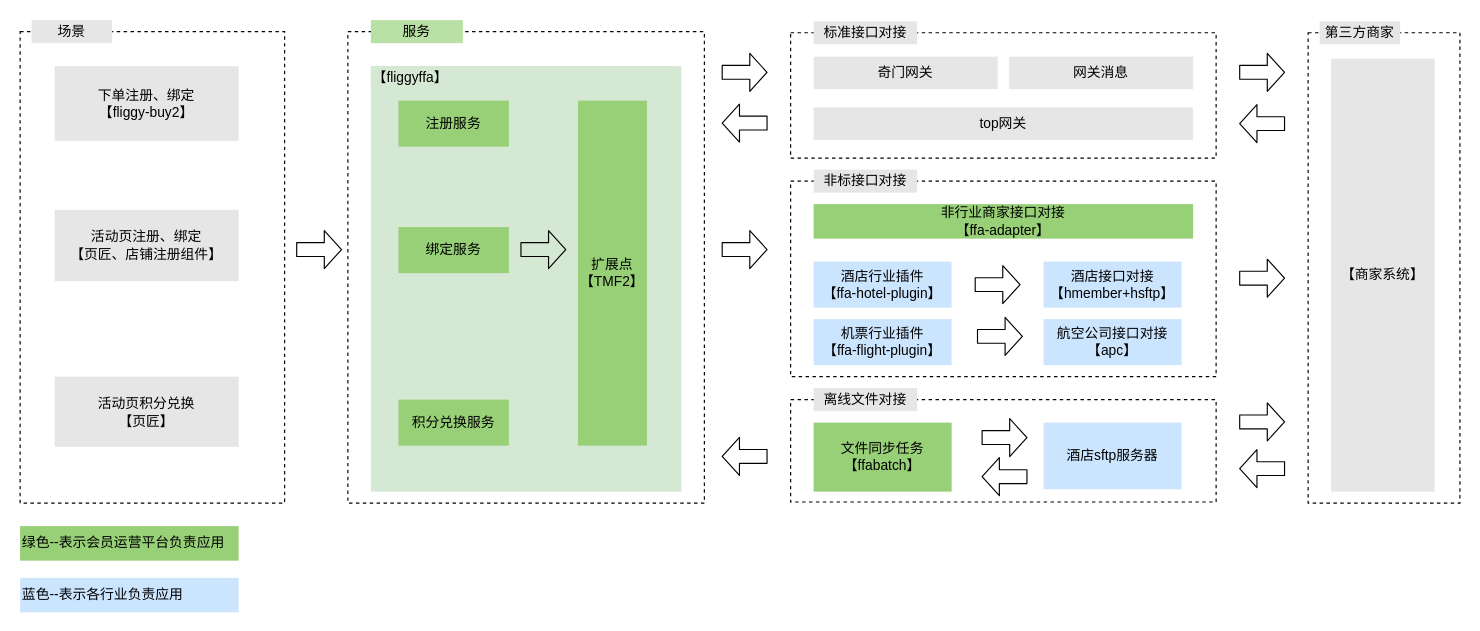
Before: page "会员互通系统" (11 of 11) of 会员成长平台.drawio in renqiuming/drawio, a draw.io diagram. Source tidied: cells renumbered, new cells numbered last; positions are measured from the earlier drawing's top-left corner, leaving out a move shared by most shapes. Both pictures are drawn from the tidied source at 115%, with x=0, y=0 at pixel (20, 20).
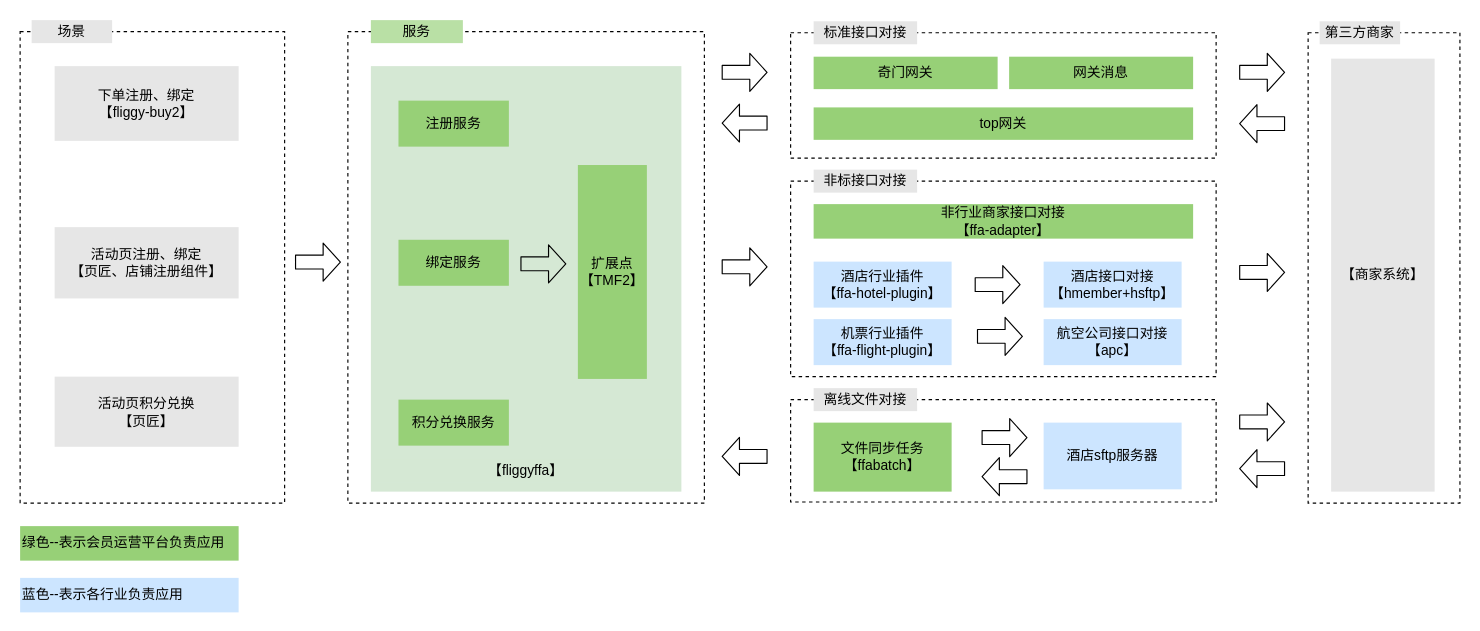
Above is the later version.

Commit message:
更新会员成长平台.drawio

What changed in the source:
```diff
@@
     <mxCell id="4" value="活动页注册、绑定&lt;br&gt;【页匠、店铺注册组件】" style="rounded=0;whiteSpace=wrap;html=1;fillColor=#E6E6E6;strokeColor=none;" parent="1" vertex="1">
-      <mxGeometry x="30" y="165" width="160" height="62" as="geometry" />
+      <mxGeometry x="30" y="180" width="160" height="62" as="geometry" />
     </mxCell>
@@
     <mxCell id="7" style="shape=flexArrow;endArrow=classic;html=1;width=12;endSize=4.67;" parent="1" edge="1">
       <mxGeometry relative="1" as="geometry">
-        <mxPoint x="240" y="199.5" as="sourcePoint" />
-        <mxPoint x="280" y="199.5" as="targetPoint" />
+        <mxPoint x="239" y="210.4" as="sourcePoint" />
+        <mxPoint x="279" y="210.4" as="targetPoint" />
       </mxGeometry>
     </mxCell>
@@
-    <mxCell id="10" value="【fliggyffa】" style="rounded=0;whiteSpace=wrap;html=1;fillColor=#D5E8D4;strokeColor=none;align=left;" parent="1" vertex="1">
-      <mxGeometry x="305" y="40" width="260" height="20" as="geometry" />
+    <mxCell id="10" value="【fliggyffa】" style="rounded=0;whiteSpace=wrap;html=1;fillColor=#D5E8D4;strokeColor=none;align=center;" parent="1" vertex="1">
+      <mxGeometry x="309" y="382" width="262" height="20" as="geometry" />
     </mxCell>
@@
     <mxCell id="12" value="绑定服务" style="rounded=0;whiteSpace=wrap;html=1;fillColor=#97D077;strokeColor=none;" parent="1" vertex="1">
-      <mxGeometry x="329" y="180" width="96" height="40" as="geometry" />
+      <mxGeometry x="329" y="191" width="96" height="40" as="geometry" />
     </mxCell>
@@
     <mxCell id="14" value="扩展点&lt;br&gt;【TMF2】" style="rounded=0;whiteSpace=wrap;html=1;fillColor=#97D077;strokeColor=none;" parent="1" vertex="1">
-      <mxGeometry x="485" y="70" width="60" height="300" as="geometry" />
+      <mxGeometry x="485" y="126" width="60" height="186" as="geometry" />
     </mxCell>
@@
     <mxCell id="16" style="shape=flexArrow;endArrow=classic;html=1;width=12;endSize=4.67;" parent="1" edge="1">
       <mxGeometry relative="1" as="geometry">
-        <mxPoint x="435" y="199.5" as="sourcePoint" />
-        <mxPoint x="475" y="199.5" as="targetPoint" />
+        <mxPoint x="435" y="211.9" as="sourcePoint" />
+        <mxPoint x="475" y="211.9" as="targetPoint" />
       </mxGeometry>
     </mxCell>
@@
     <mxCell id="20" style="shape=flexArrow;endArrow=classic;html=1;width=12;endSize=4.67;" parent="1" edge="1">
       <mxGeometry relative="1" as="geometry">
-        <mxPoint x="610" y="199.5" as="sourcePoint" />
-        <mxPoint x="650" y="199.5" as="targetPoint" />
+        <mxPoint x="610" y="214.5" as="sourcePoint" />
+        <mxPoint x="650" y="214.5" as="targetPoint" />
       </mxGeometry>
     </mxCell>
@@
-    <mxCell id="28" value="奇门网关" style="rounded=0;whiteSpace=wrap;html=1;fillColor=#E6E6E6;strokeColor=none;" parent="1" vertex="1">
+    <mxCell id="28" value="奇门网关" style="rounded=0;whiteSpace=wrap;html=1;fillColor=#97D077;strokeColor=none;" parent="1" vertex="1">
       <mxGeometry x="690" y="31.8" width="160" height="28.2" as="geometry" />
     </mxCell>
-    <mxCell id="29" value="top网关" style="rounded=0;whiteSpace=wrap;html=1;fillColor=#E6E6E6;strokeColor=none;" parent="1" vertex="1">
+    <mxCell id="29" value="top网关" style="rounded=0;whiteSpace=wrap;html=1;fillColor=#97D077;strokeColor=none;" parent="1" vertex="1">
       <mxGeometry x="690" y="75.9" width="330" height="28.2" as="geometry" />
     </mxCell>
@@
-    <mxCell id="32" value="网关消息" style="rounded=0;whiteSpace=wrap;html=1;fillColor=#E6E6E6;strokeColor=none;" parent="1" vertex="1">
+    <mxCell id="32" value="网关消息" style="rounded=0;whiteSpace=wrap;html=1;fillColor=#97D077;strokeColor=none;" parent="1" vertex="1">
       <mxGeometry x="860" y="31.8" width="160" height="28.2" as="geometry" />
     </mxCell>
@@
     <mxCell id="41" style="shape=flexArrow;endArrow=classic;html=1;width=12;endSize=4.67;" parent="1" edge="1">
       <mxGeometry relative="1" as="geometry">
-        <mxPoint x="1060" y="224.4" as="sourcePoint" />
-        <mxPoint x="1100" y="224.4" as="targetPoint" />
+        <mxPoint x="1060" y="219.4" as="sourcePoint" />
+        <mxPoint x="1100" y="219.4" as="targetPoint" />
       </mxGeometry>
     </mxCell>
```
